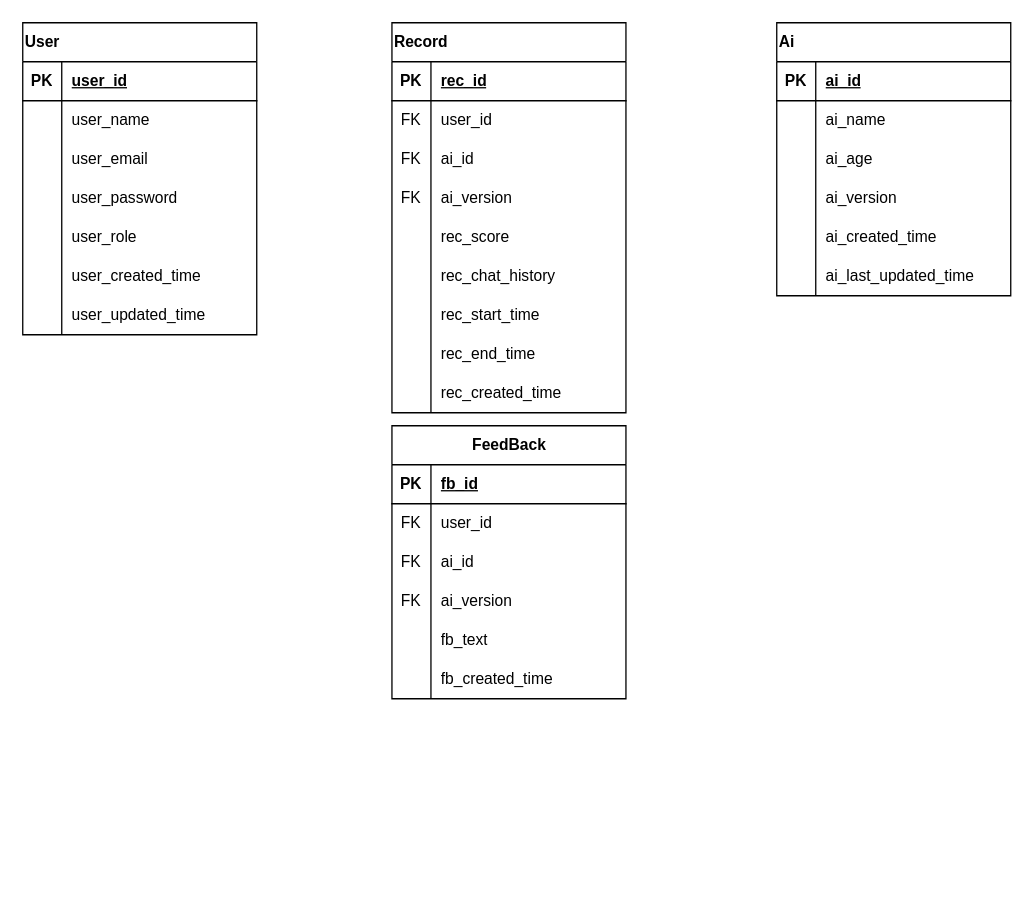
Before: diagrams/db_structure.drawio in University-Bangkok-JW/cs497-project, a draw.io diagram. Source tidied: cells renumbered, new cells numbered last; positions are measured from the earlier drawing's top-left corner, leaving out a move shared by most shapes. Both pictures are drawn from the tidied source at 130%, with x=0, y=0 at pixel (22, 22).
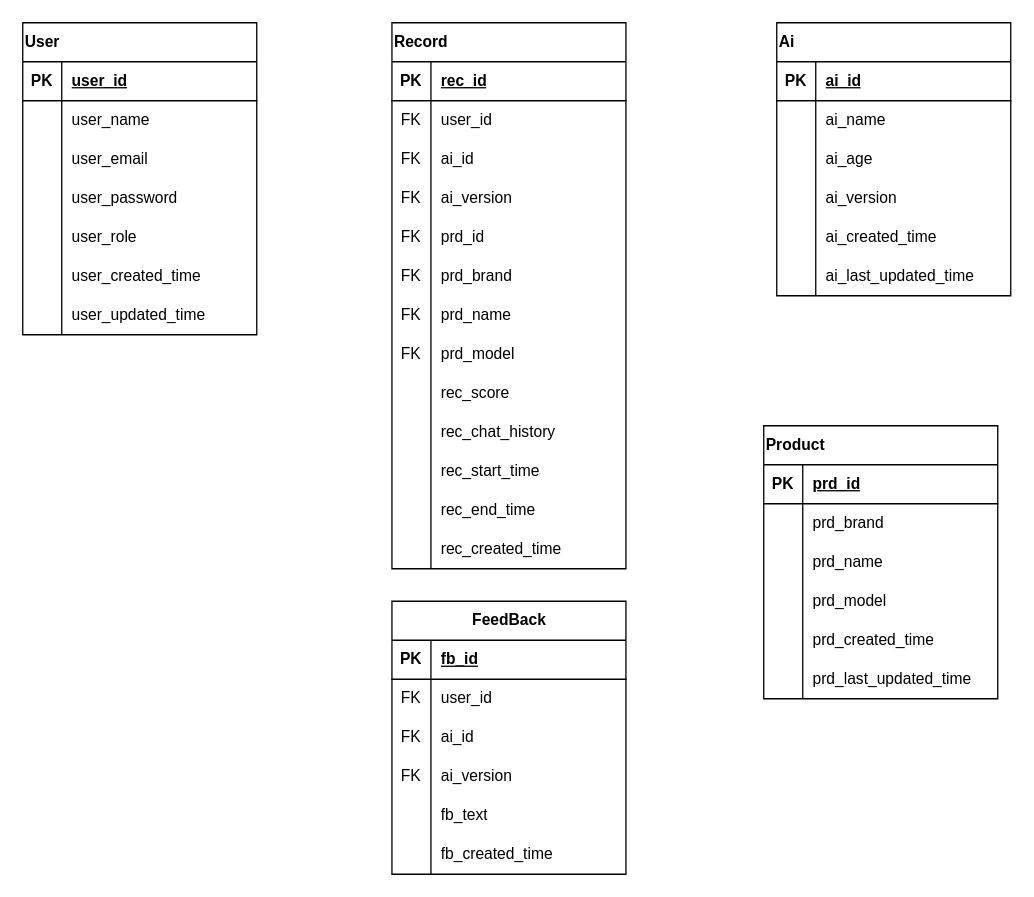
Above is the later version.

Commit message:
Add Product table

Change to the diagram source:
```diff
@@
     <mxCell id="24" value="Record" style="shape=table;startSize=30;childLayout=tableLayout;rowLines=0;fontStyle=1;align=left;html=1;" parent="1" vertex="1">
-      <mxGeometry x="284" width="180" height="300" as="geometry" />
+      <mxGeometry x="284" width="180" height="420" as="geometry" />
     </mxCell>
@@
+    <mxCell id="90" style="shape=tableRow;horizontal=0;startSize=0;swimlaneHead=0;swimlaneBody=0;fillColor=none;top=0;left=0;right=0;bottom=0;" parent="24" vertex="1">
+      <mxGeometry y="150" width="180" height="30" as="geometry" />
+    </mxCell>
+    <mxCell id="91" value="FK" style="shape=partialRectangle;fillColor=none;top=0;left=0;bottom=0;right=0;overflow=hidden;whiteSpace=wrap;html=1;" parent="90" vertex="1">
+      <mxGeometry width="30" height="30" as="geometry" />
+    </mxCell>
+    <mxCell id="92" value="prd_id" style="shape=partialRectangle;fillColor=none;top=0;left=0;bottom=0;right=0;align=left;spacingLeft=6;overflow=hidden;whiteSpace=wrap;html=1;" parent="90" vertex="1">
+      <mxGeometry x="30" width="150" height="30" as="geometry" />
+    </mxCell>
+    <mxCell id="93" style="shape=tableRow;horizontal=0;startSize=0;swimlaneHead=0;swimlaneBody=0;fillColor=none;top=0;left=0;right=0;bottom=0;" parent="24" vertex="1">
+      <mxGeometry y="180" width="180" height="30" as="geometry" />
+    </mxCell>
+    <mxCell id="94" value="FK" style="shape=partialRectangle;fillColor=none;top=0;left=0;bottom=0;right=0;overflow=hidden;whiteSpace=wrap;html=1;" parent="93" vertex="1">
+      <mxGeometry width="30" height="30" as="geometry" />
+    </mxCell>
+    <mxCell id="95" value="prd_brand" style="shape=partialRectangle;fillColor=none;top=0;left=0;bottom=0;right=0;align=left;spacingLeft=6;overflow=hidden;whiteSpace=wrap;html=1;" parent="93" vertex="1">
+      <mxGeometry x="30" width="150" height="30" as="geometry" />
+    </mxCell>
+    <mxCell id="96" style="shape=tableRow;horizontal=0;startSize=0;swimlaneHead=0;swimlaneBody=0;fillColor=none;top=0;left=0;right=0;bottom=0;" parent="24" vertex="1">
+      <mxGeometry y="210" width="180" height="30" as="geometry" />
+    </mxCell>
+    <mxCell id="97" value="FK" style="shape=partialRectangle;fillColor=none;top=0;left=0;bottom=0;right=0;overflow=hidden;whiteSpace=wrap;html=1;" parent="96" vertex="1">
+      <mxGeometry width="30" height="30" as="geometry" />
+    </mxCell>
+    <mxCell id="98" value="prd_name" style="shape=partialRectangle;fillColor=none;top=0;left=0;bottom=0;right=0;align=left;spacingLeft=6;overflow=hidden;whiteSpace=wrap;html=1;" parent="96" vertex="1">
+      <mxGeometry x="30" width="150" height="30" as="geometry" />
+    </mxCell>
+    <mxCell id="99" style="shape=tableRow;horizontal=0;startSize=0;swimlaneHead=0;swimlaneBody=0;fillColor=none;top=0;left=0;right=0;bottom=0;" parent="24" vertex="1">
+      <mxGeometry y="240" width="180" height="30" as="geometry" />
+    </mxCell>
+    <mxCell id="100" value="FK" style="shape=partialRectangle;fillColor=none;top=0;left=0;bottom=0;right=0;overflow=hidden;whiteSpace=wrap;html=1;" parent="99" vertex="1">
+      <mxGeometry width="30" height="30" as="geometry" />
+    </mxCell>
+    <mxCell id="101" value="prd_model" style="shape=partialRectangle;fillColor=none;top=0;left=0;bottom=0;right=0;align=left;spacingLeft=6;overflow=hidden;whiteSpace=wrap;html=1;" parent="99" vertex="1">
+      <mxGeometry x="30" width="150" height="30" as="geometry" />
+    </mxCell>
     <mxCell id="37" style="shape=tableRow;horizontal=0;startSize=0;swimlaneHead=0;swimlaneBody=0;fillColor=none;top=0;left=0;right=0;bottom=0;" parent="24" vertex="1">
-      <mxGeometry y="150" width="180" height="30" as="geometry" />
+      <mxGeometry y="270" width="180" height="30" as="geometry" />
     </mxCell>
@@
     <mxCell id="40" style="shape=tableRow;horizontal=0;startSize=0;swimlaneHead=0;swimlaneBody=0;fillColor=none;top=0;left=0;right=0;bottom=0;" parent="24" vertex="1">
-      <mxGeometry y="180" width="180" height="30" as="geometry" />
+      <mxGeometry y="300" width="180" height="30" as="geometry" />
     </mxCell>
@@
     <mxCell id="43" style="shape=tableRow;horizontal=0;startSize=0;swimlaneHead=0;swimlaneBody=0;fillColor=none;top=0;left=0;right=0;bottom=0;" parent="24" vertex="1">
-      <mxGeometry y="210" width="180" height="30" as="geometry" />
+      <mxGeometry y="330" width="180" height="30" as="geometry" />
     </mxCell>
@@
     <mxCell id="46" style="shape=tableRow;horizontal=0;startSize=0;swimlaneHead=0;swimlaneBody=0;fillColor=none;top=0;left=0;right=0;bottom=0;" parent="24" vertex="1">
-      <mxGeometry y="240" width="180" height="30" as="geometry" />
+      <mxGeometry y="360" width="180" height="30" as="geometry" />
     </mxCell>
@@
     <mxCell id="49" style="shape=tableRow;horizontal=0;startSize=0;swimlaneHead=0;swimlaneBody=0;fillColor=none;top=0;left=0;right=0;bottom=0;" parent="24" vertex="1">
-      <mxGeometry y="270" width="180" height="30" as="geometry" />
+      <mxGeometry y="390" width="180" height="30" as="geometry" />
     </mxCell>
@@
     <mxCell id="71" value="FeedBack" style="shape=table;startSize=30;childLayout=tableLayout;rowLines=0;fontStyle=1;align=center;html=1;" parent="1" vertex="1">
-      <mxGeometry x="284" y="310" width="180" height="210" as="geometry" />
+      <mxGeometry x="284" y="445" width="180" height="210" as="geometry" />
     </mxCell>
@@
+    <mxCell id="102" value="Product" style="shape=table;startSize=30;childLayout=tableLayout;rowLines=0;fontStyle=1;align=left;html=1;" parent="1" vertex="1">
+      <mxGeometry x="570" y="310" width="180" height="210" as="geometry" />
+    </mxCell>
+    <mxCell id="103" style="shape=tableRow;horizontal=0;startSize=0;swimlaneHead=0;swimlaneBody=0;fillColor=none;top=0;left=0;right=0;bottom=1;" parent="102" vertex="1">
+      <mxGeometry y="30" width="180" height="30" as="geometry" />
+    </mxCell>
+    <mxCell id="104" value="PK" style="shape=partialRectangle;fillColor=none;top=0;left=0;bottom=0;right=0;fontStyle=1;overflow=hidden;whiteSpace=wrap;html=1;" parent="103" vertex="1">
+      <mxGeometry width="30" height="30" as="geometry" />
+    </mxCell>
+    <mxCell id="105" value="prd_id" style="shape=partialRectangle;fillColor=none;top=0;left=0;bottom=0;right=0;align=left;spacingLeft=6;fontStyle=5;overflow=hidden;whiteSpace=wrap;html=1;" parent="103" vertex="1">
+      <mxGeometry x="30" width="150" height="30" as="geometry" />
+    </mxCell>
+    <mxCell id="106" style="shape=tableRow;horizontal=0;startSize=0;swimlaneHead=0;swimlaneBody=0;fillColor=none;top=0;left=0;right=0;bottom=0;" parent="102" vertex="1">
+      <mxGeometry y="60" width="180" height="30" as="geometry" />
+    </mxCell>
+    <mxCell id="107" style="shape=partialRectangle;fillColor=none;top=0;left=0;bottom=0;right=0;overflow=hidden;whiteSpace=wrap;html=1;" parent="106" vertex="1">
+      <mxGeometry width="30" height="30" as="geometry" />
+    </mxCell>
+    <mxCell id="108" value="prd_brand" style="shape=partialRectangle;fillColor=none;top=0;left=0;bottom=0;right=0;align=left;spacingLeft=6;overflow=hidden;whiteSpace=wrap;html=1;" parent="106" vertex="1">
+      <mxGeometry x="30" width="150" height="30" as="geometry" />
+    </mxCell>
+    <mxCell id="109" style="shape=tableRow;horizontal=0;startSize=0;swimlaneHead=0;swimlaneBody=0;fillColor=none;top=0;left=0;right=0;bottom=0;" parent="102" vertex="1">
+      <mxGeometry y="90" width="180" height="30" as="geometry" />
+    </mxCell>
+    <mxCell id="110" style="shape=partialRectangle;fillColor=none;top=0;left=0;bottom=0;right=0;overflow=hidden;whiteSpace=wrap;html=1;" parent="109" vertex="1">
+      <mxGeometry width="30" height="30" as="geometry" />
+    </mxCell>
+    <mxCell id="111" value="prd_name" style="shape=partialRectangle;fillColor=none;top=0;left=0;bottom=0;right=0;align=left;spacingLeft=6;overflow=hidden;whiteSpace=wrap;html=1;" parent="109" vertex="1">
+      <mxGeometry x="30" width="150" height="30" as="geometry" />
+    </mxCell>
+    <mxCell id="112" style="shape=tableRow;horizontal=0;startSize=0;swimlaneHead=0;swimlaneBody=0;fillColor=none;top=0;left=0;right=0;bottom=0;" parent="102" vertex="1">
+      <mxGeometry y="120" width="180" height="30" as="geometry" />
+    </mxCell>
+    <mxCell id="113" style="shape=partialRectangle;fillColor=none;top=0;left=0;bottom=0;right=0;overflow=hidden;whiteSpace=wrap;html=1;" parent="112" vertex="1">
+      <mxGeometry width="30" height="30" as="geometry" />
+    </mxCell>
+    <mxCell id="114" value="prd_model" style="shape=partialRectangle;fillColor=none;top=0;left=0;bottom=0;right=0;align=left;spacingLeft=6;overflow=hidden;whiteSpace=wrap;html=1;" parent="112" vertex="1">
+      <mxGeometry x="30" width="150" height="30" as="geometry" />
+    </mxCell>
+    <mxCell id="115" style="shape=tableRow;horizontal=0;startSize=0;swimlaneHead=0;swimlaneBody=0;fillColor=none;top=0;left=0;right=0;bottom=0;" parent="102" vertex="1">
+      <mxGeometry y="150" width="180" height="30" as="geometry" />
+    </mxCell>
+    <mxCell id="116" style="shape=partialRectangle;fillColor=none;top=0;left=0;bottom=0;right=0;overflow=hidden;whiteSpace=wrap;html=1;" parent="115" vertex="1">
+      <mxGeometry width="30" height="30" as="geometry" />
+    </mxCell>
+    <mxCell id="117" value="prd_created_time" style="shape=partialRectangle;fillColor=none;top=0;left=0;bottom=0;right=0;align=left;spacingLeft=6;overflow=hidden;whiteSpace=wrap;html=1;" parent="115" vertex="1">
+      <mxGeometry x="30" width="150" height="30" as="geometry" />
+    </mxCell>
+    <mxCell id="118" style="shape=tableRow;horizontal=0;startSize=0;swimlaneHead=0;swimlaneBody=0;fillColor=none;top=0;left=0;right=0;bottom=0;" parent="102" vertex="1">
+      <mxGeometry y="180" width="180" height="30" as="geometry" />
+    </mxCell>
+    <mxCell id="119" style="shape=partialRectangle;fillColor=none;top=0;left=0;bottom=0;right=0;overflow=hidden;whiteSpace=wrap;html=1;" parent="118" vertex="1">
+      <mxGeometry width="30" height="30" as="geometry" />
+    </mxCell>
+    <mxCell id="120" value="prd_last_updated_time" style="shape=partialRectangle;fillColor=none;top=0;left=0;bottom=0;right=0;align=left;spacingLeft=6;overflow=hidden;whiteSpace=wrap;html=1;" parent="118" vertex="1">
+      <mxGeometry x="30" width="150" height="30" as="geometry" />
+    </mxCell>
```
